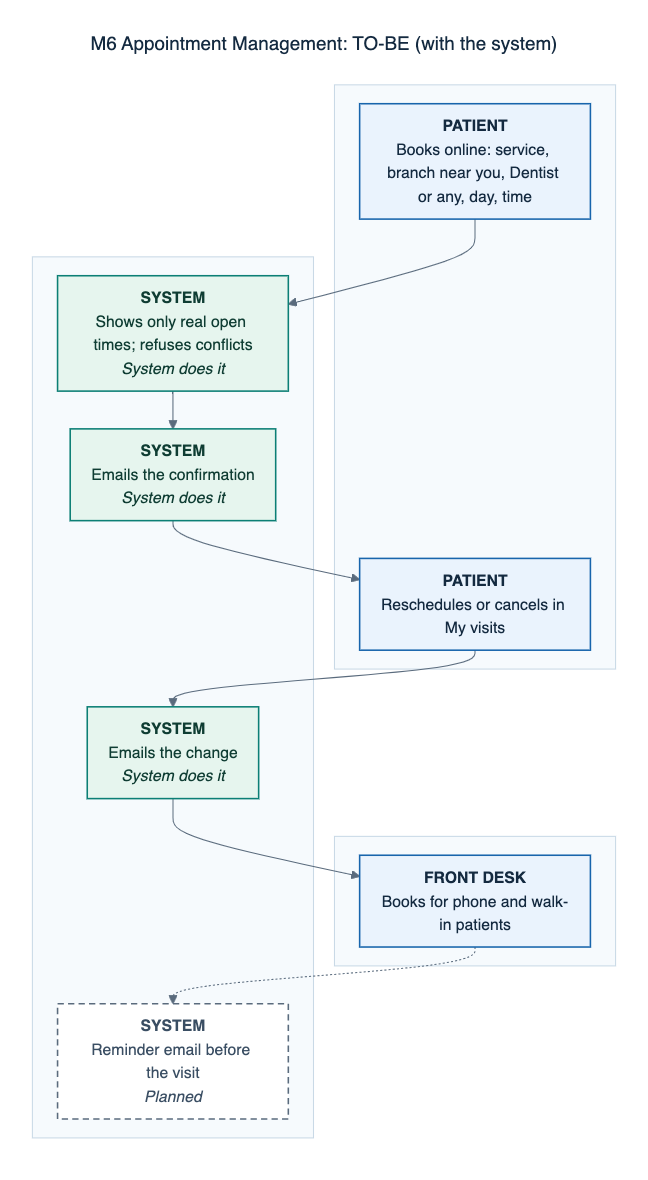
0phem/multibranch-dental-clinic keeps this Mermaid diagram as docs/defense/diagrams/png/M6-appointment-management-to-be.png. Above is the earlier version. Its source is kept beside it as docs/defense/diagrams/M6-appointment-management-to-be.mmd. Its diagram source:
```mermaid
---
title: "M6 Appointment Management: TO-BE (with the system)"
---
flowchart TB
    subgraph L0[" "]
    direction LR
      S0["<b>PATIENT</b><br/>Books online: service, branch near you, Dentist or any, day, time"]:::manual
      S3["<b>PATIENT</b><br/>Reschedules or cancels in My visits"]:::manual
    end
    subgraph L1[" "]
    direction LR
      S5["<b>FRONT DESK</b><br/>Books for phone and walk-in patients"]:::manual
    end
    subgraph L4[" "]
    direction LR
      S1["<b>SYSTEM</b><br/>Shows only real open times; refuses conflicts<br/><i>System does it</i>"]:::auto
      S2["<b>SYSTEM</b><br/>Emails the confirmation<br/><i>System does it</i>"]:::auto
      S4["<b>SYSTEM</b><br/>Emails the change<br/><i>System does it</i>"]:::auto
      S6["<b>SYSTEM</b><br/>Reminder email before the visit<br/><i>Planned</i>"]:::planned
    end
    S0 --> S1
    S1 --> S2
    S2 --> S3
    S3 --> S4
    S4 --> S5
    S5 -.-> S6
    classDef cited fill:#eaf3fd,stroke:#1865ac,color:#142a40,stroke-width:1.5px
    classDef confirm fill:#fffaf0,stroke:#b26a00,color:#5e3c00,stroke-width:1.5px,stroke-dasharray:6 4
    classDef auto fill:#e6f5ee,stroke:#0c7f75,color:#0f3d33,stroke-width:1.5px
    classDef manual fill:#eaf3fd,stroke:#1865ac,color:#142a40,stroke-width:1.5px
    classDef mock fill:#f3f5f7,stroke:#5a6b7d,color:#3a4e63,stroke-width:1.5px,stroke-dasharray:3 3
    classDef planned fill:#ffffff,stroke:#5a6b7d,color:#3a4e63,stroke-width:1.5px,stroke-dasharray:6 4
```
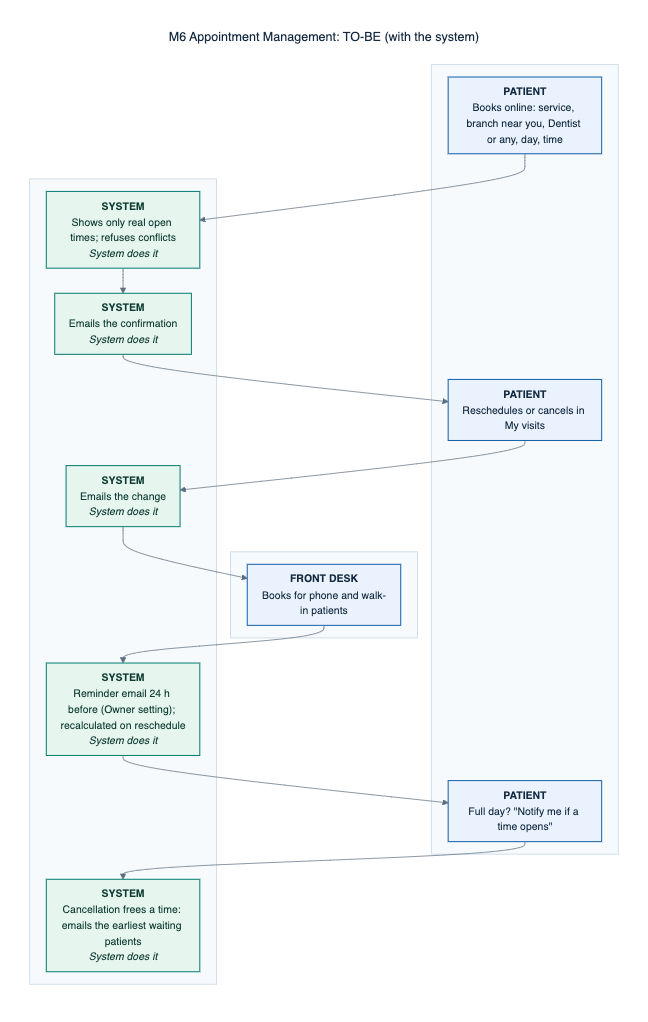
The same diagram one commit later.

Change to the diagram source:
```diff
@@ -6,6 +6,7 @@
     direction LR
       S0["<b>PATIENT</b><br/>Books online: service, branch near you, Dentist or any, day, time"]:::manual
       S3["<b>PATIENT</b><br/>Reschedules or cancels in My visits"]:::manual
+      S7["<b>PATIENT</b><br/>Full day? #quot;Notify me if a time opens#quot;"]:::manual
     end
     subgraph L1[" "]
     direction LR
@@ -16,14 +17,17 @@
       S1["<b>SYSTEM</b><br/>Shows only real open times; refuses conflicts<br/><i>System does it</i>"]:::auto
       S2["<b>SYSTEM</b><br/>Emails the confirmation<br/><i>System does it</i>"]:::auto
       S4["<b>SYSTEM</b><br/>Emails the change<br/><i>System does it</i>"]:::auto
-      S6["<b>SYSTEM</b><br/>Reminder email before the visit<br/><i>Planned</i>"]:::planned
+      S6["<b>SYSTEM</b><br/>Reminder email 24 h before (Owner setting); recalculated on reschedule<br/><i>System does it</i>"]:::auto
+      S8["<b>SYSTEM</b><br/>Cancellation frees a time: emails the earliest waiting patients<br/><i>System does it</i>"]:::auto
     end
     S0 --> S1
     S1 --> S2
     S2 --> S3
     S3 --> S4
     S4 --> S5
-    S5 -.-> S6
+    S5 --> S6
+    S6 --> S7
+    S7 --> S8
     classDef cited fill:#eaf3fd,stroke:#1865ac,color:#142a40,stroke-width:1.5px
     classDef confirm fill:#fffaf0,stroke:#b26a00,color:#5e3c00,stroke-width:1.5px,stroke-dasharray:6 4
     classDef auto fill:#e6f5ee,stroke:#0c7f75,color:#0f3d33,stroke-width:1.5px
```
